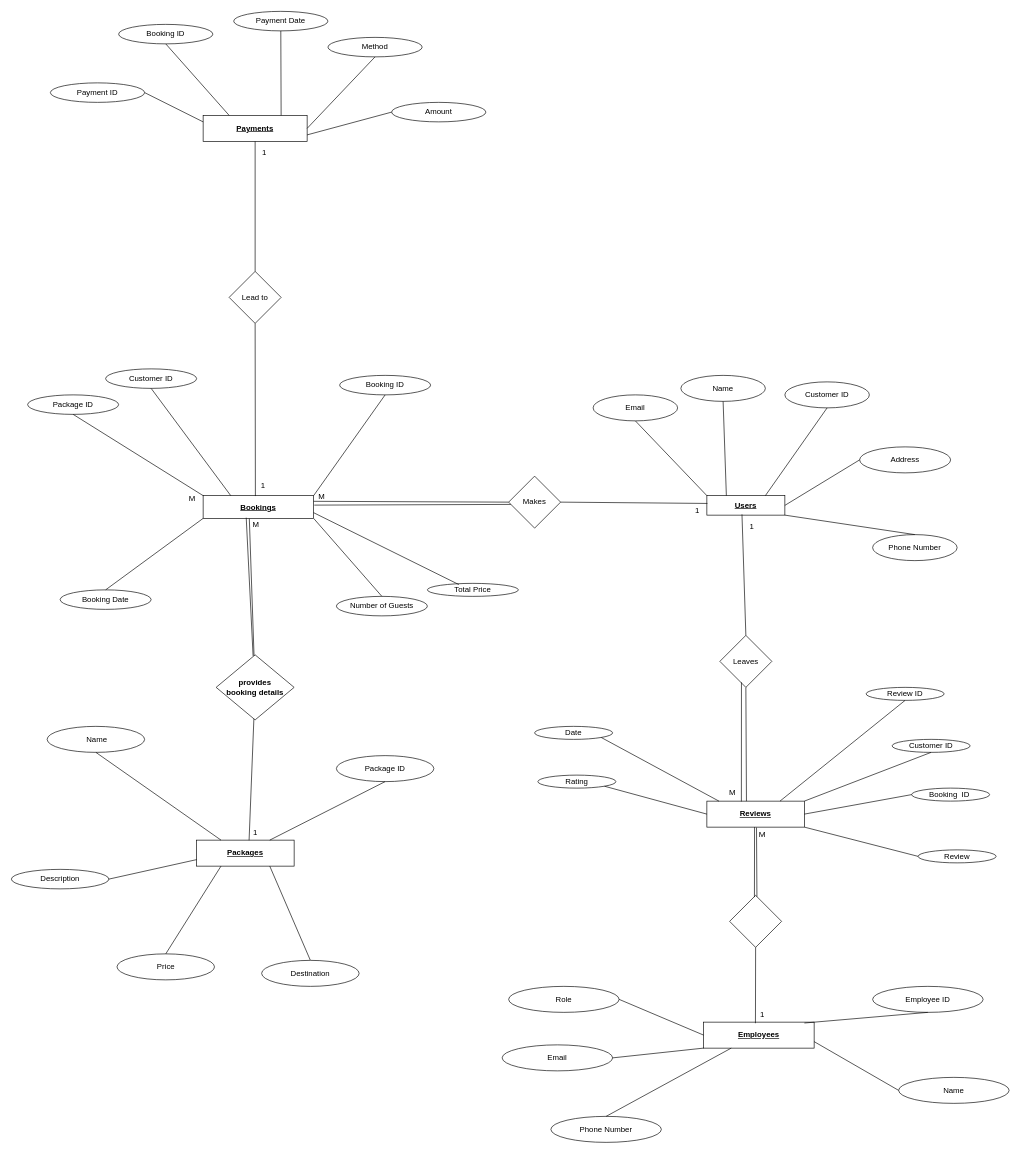
This is NATOUR_ERD.drawio from FredTodd/Natour, a draw.io file, before an edit. Source tidied: cells renumbered, new cells numbered last; positions are measured from the earlier drawing's top-left corner, leaving out a move shared by most shapes. Both pictures are drawn from the tidied source at 65%, with x=0, y=0 at pixel (11, 11).
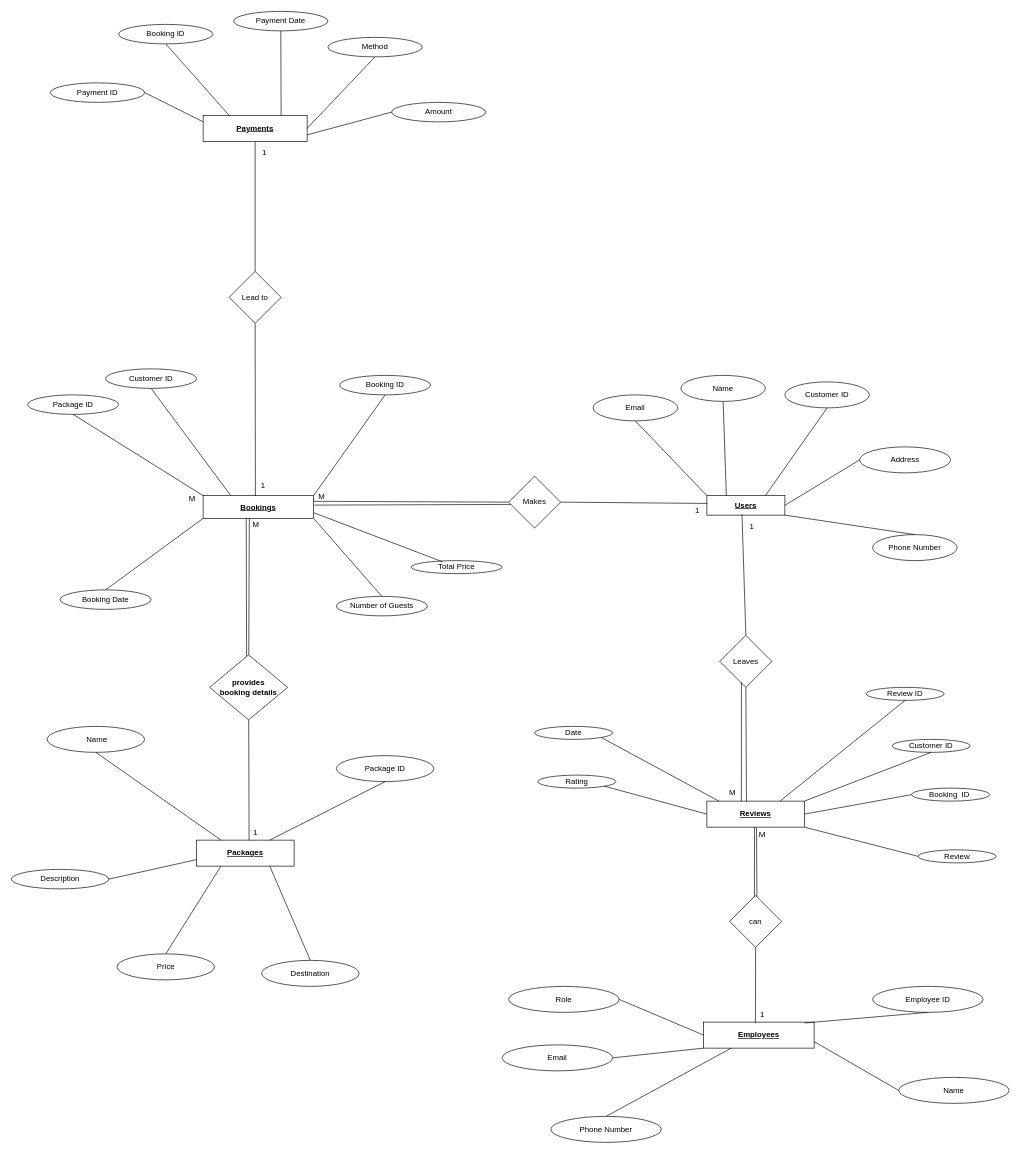
The same page after the edit.

Diff of the diagram source:
```diff
@@
     <mxCell id="38" value="Total Price" style="ellipse;whiteSpace=wrap;html=1;" parent="1" vertex="1">
-      <mxGeometry x="640" y="880" width="140" height="20" as="geometry" />
+      <mxGeometry x="615" y="845" width="140" height="20" as="geometry" />
     </mxCell>
@@
     <mxCell id="72" value="&lt;b&gt;provides &lt;br&gt;booking details&lt;/b&gt;" style="rhombus;whiteSpace=wrap;html=1;" parent="1" vertex="1">
-      <mxGeometry x="315" y="990" width="120" height="100" as="geometry" />
+      <mxGeometry x="305" y="990" width="120" height="100" as="geometry" />
     </mxCell>
@@
-    <mxCell id="97" style="rhombus;whiteSpace=wrap;html=1;" parent="1" vertex="1">
+    <mxCell id="97" value="can" style="rhombus;whiteSpace=wrap;html=1;" parent="1" vertex="1">
       <mxGeometry x="1105" y="1360" width="80" height="80" as="geometry" />
     </mxCell>
```
